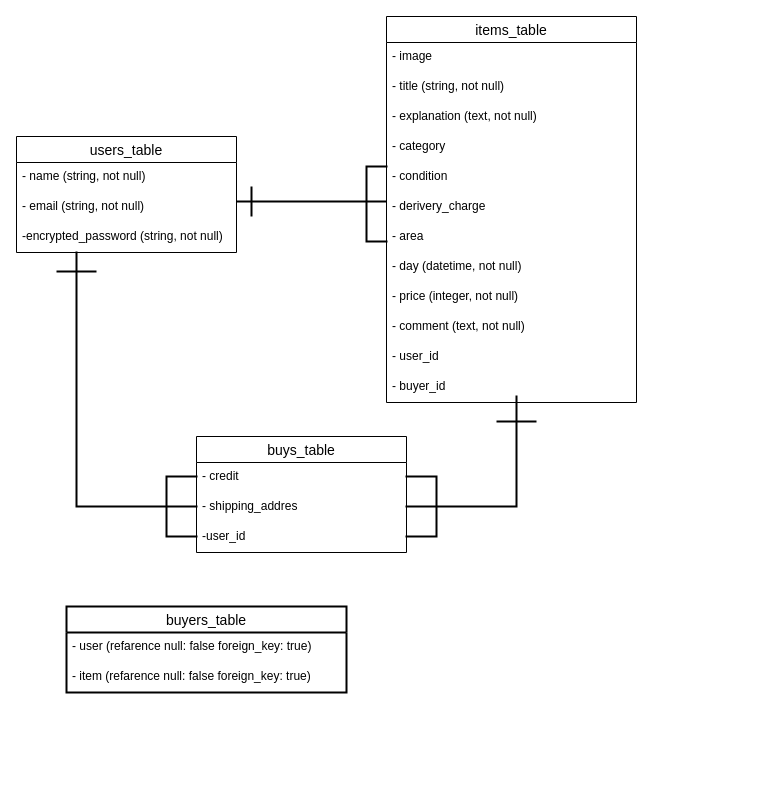
This is test.dio from tahanae/furima-36337, a draw.io file, before an edit. Source tidied: cells renumbered, new cells numbered last; positions are measured from the earlier drawing's top-left corner, leaving out a move shared by most shapes. Both pictures are drawn from the tidied source at 100%, with x=0, y=0 at pixel (16, 16).
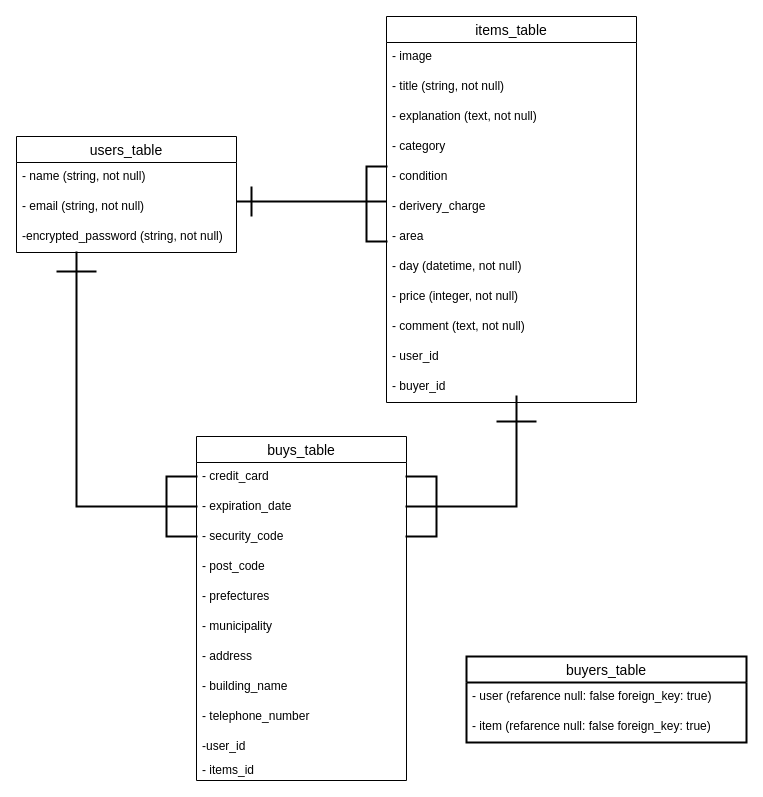
Above is the later version.

What changed in the source:
```diff
@@
     <mxCell id="19" value="buys_table" style="swimlane;fontStyle=0;horizontal=1;startSize=26;align=center;fontSize=14;gradientColor=none;" parent="1" vertex="1">
-      <mxGeometry x="180" y="420" width="210" height="116" as="geometry" />
+      <mxGeometry x="180" y="420" width="210" height="344" as="geometry" />
     </mxCell>
-    <mxCell id="20" value="- credit" style="text;strokeColor=none;fillColor=none;spacingLeft=4;spacingRight=4;overflow=hidden;fontSize=12;" parent="19" vertex="1">
+    <mxCell id="20" value="- credit_card " style="text;strokeColor=none;fillColor=none;spacingLeft=4;spacingRight=4;overflow=hidden;fontSize=12;" parent="19" vertex="1">
       <mxGeometry y="26" width="210" height="30" as="geometry" />
     </mxCell>
-    <mxCell id="21" value="- shipping_addres" style="text;strokeColor=none;fillColor=none;spacingLeft=4;spacingRight=4;overflow=hidden;fontSize=12;" parent="19" vertex="1">
-      <mxGeometry y="56" width="210" height="30" as="geometry" />
-    </mxCell>
+    <mxCell id="35" value="- expiration_date" style="text;strokeColor=none;fillColor=none;spacingLeft=4;spacingRight=4;overflow=hidden;fontSize=12;" parent="19" vertex="1">
+      <mxGeometry y="56" width="210" height="30" as="geometry" />
+    </mxCell>
+    <mxCell id="36" value="- security_code" style="text;strokeColor=none;fillColor=none;spacingLeft=4;spacingRight=4;overflow=hidden;fontSize=12;" parent="19" vertex="1">
+      <mxGeometry y="86" width="210" height="30" as="geometry" />
+    </mxCell>
+    <mxCell id="37" value="- post_code  " style="text;strokeColor=none;fillColor=none;spacingLeft=4;spacingRight=4;overflow=hidden;fontSize=12;" parent="19" vertex="1">
+      <mxGeometry y="116" width="210" height="30" as="geometry" />
+    </mxCell>
+    <mxCell id="38" value="- prefectures" style="text;strokeColor=none;fillColor=none;spacingLeft=4;spacingRight=4;overflow=hidden;fontSize=12;" parent="19" vertex="1">
+      <mxGeometry y="146" width="210" height="30" as="geometry" />
+    </mxCell>
+    <mxCell id="39" value="- municipality" style="text;strokeColor=none;fillColor=none;spacingLeft=4;spacingRight=4;overflow=hidden;fontSize=12;" parent="19" vertex="1">
+      <mxGeometry y="176" width="210" height="30" as="geometry" />
+    </mxCell>
+    <mxCell id="40" value="- address" style="text;strokeColor=none;fillColor=none;spacingLeft=4;spacingRight=4;overflow=hidden;fontSize=12;" parent="19" vertex="1">
+      <mxGeometry y="206" width="210" height="30" as="geometry" />
+    </mxCell>
+    <mxCell id="41" value="- building_name" style="text;strokeColor=none;fillColor=none;spacingLeft=4;spacingRight=4;overflow=hidden;fontSize=12;" parent="19" vertex="1">
+      <mxGeometry y="236" width="210" height="30" as="geometry" />
+    </mxCell>
+    <mxCell id="42" value="- telephone_number" style="text;strokeColor=none;fillColor=none;spacingLeft=4;spacingRight=4;overflow=hidden;fontSize=12;" parent="19" vertex="1">
+      <mxGeometry y="266" width="210" height="30" as="geometry" />
+    </mxCell>
+    <mxCell id="43" value="-user_id" style="text;strokeColor=none;fillColor=none;spacingLeft=4;spacingRight=4;overflow=hidden;fontSize=12;" parent="19" vertex="1">
+      <mxGeometry y="296" width="210" height="24" as="geometry" />
+    </mxCell>
-    <mxCell id="22" value="-user_id" style="text;strokeColor=none;fillColor=none;spacingLeft=4;spacingRight=4;overflow=hidden;fontSize=12;" parent="19" vertex="1">
-      <mxGeometry y="86" width="210" height="30" as="geometry" />
+    <mxCell id="22" value="- items_id" style="text;strokeColor=none;fillColor=none;spacingLeft=4;spacingRight=4;overflow=hidden;fontSize=12;" parent="19" vertex="1">
+      <mxGeometry y="320" width="210" height="24" as="geometry" />
     </mxCell>
@@
     <mxCell id="32" value="buyers_table" style="swimlane;fontStyle=0;horizontal=1;startSize=26;align=center;fontSize=14;strokeWidth=2;gradientColor=none;" parent="1" vertex="1">
-      <mxGeometry x="50" y="590" width="280" height="86" as="geometry" />
+      <mxGeometry x="450" y="640" width="280" height="86" as="geometry" />
     </mxCell>
```
